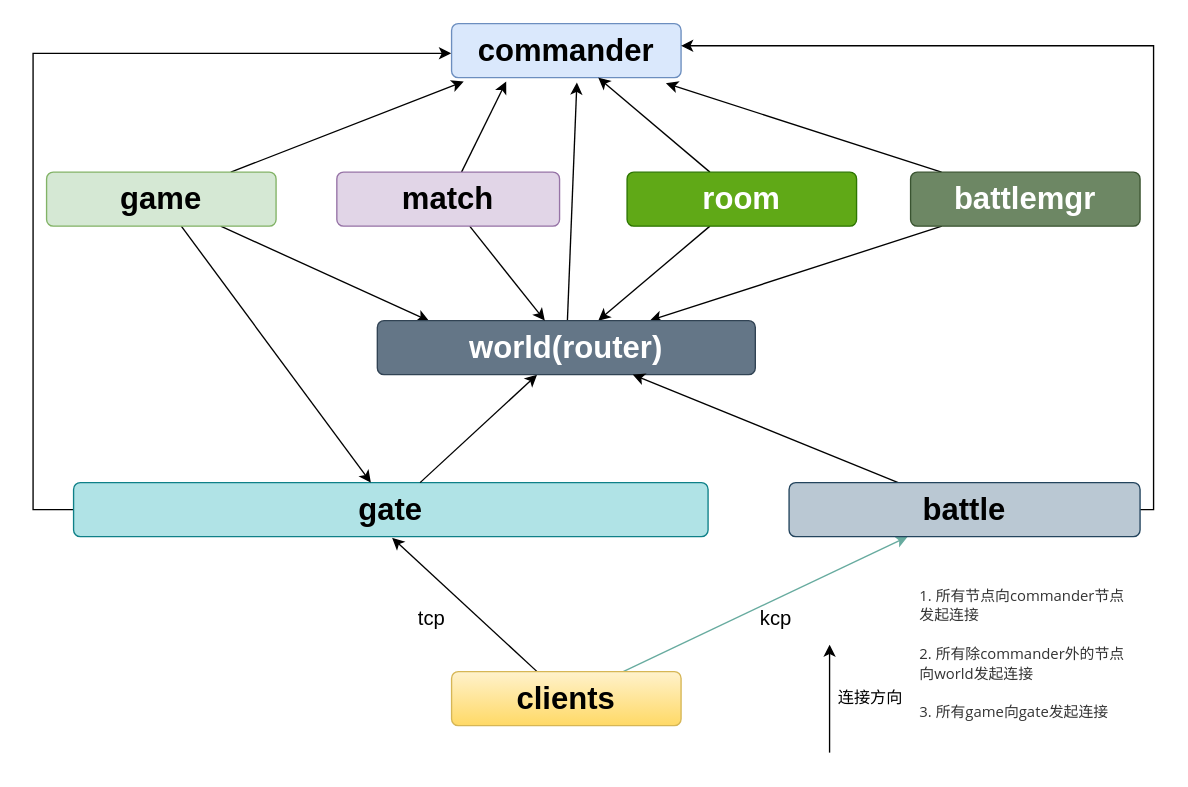
Before: Untitled Diagram.drawio in 13570248114/draw, a draw.io diagram. Source tidied: cells renumbered, new cells numbered last; positions are measured from the earlier drawing's top-left corner, leaving out a move shared by most shapes. Both pictures are drawn from the tidied source at 135%, with x=0, y=0 at pixel (32, 23).
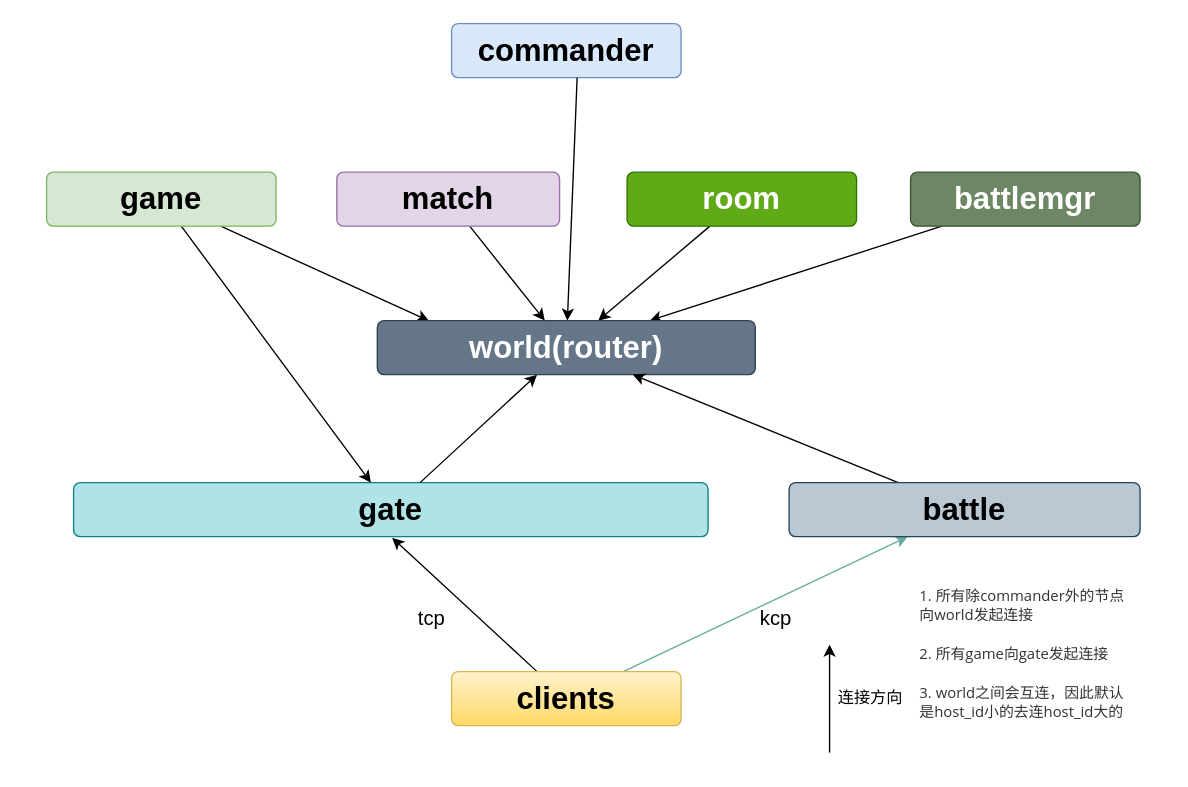
The same diagram, later.

The change refers to these unchanged cells:
```xml
<mxCell id="2" value="&lt;span style=&quot;font-size: 23px&quot;&gt;commander&lt;/span&gt;" style="html=1;shadow=0;dashed=0;shape=mxgraph.bootstrap.rrect;rSize=5;strokeWidth=1;whiteSpace=wrap;align=center;verticalAlign=middle;spacingLeft=0;fontStyle=1;fontSize=14;spacing=5;fillColor=#dae8fc;strokeColor=#6c8ebf;" parent="1" vertex="1">
  <mxGeometry x="310" width="170" height="40" as="geometry" />
</mxCell>
<mxCell id="4" value="&lt;span style=&quot;font-size: 23px&quot;&gt;gate&lt;/span&gt;" style="html=1;shadow=0;dashed=0;shape=mxgraph.bootstrap.rrect;rSize=5;strokeWidth=1;whiteSpace=wrap;align=center;verticalAlign=middle;spacingLeft=0;fontStyle=1;fontSize=14;spacing=5;fillColor=#b0e3e6;strokeColor=#0e8088;" parent="1" vertex="1">
  <mxGeometry x="30" y="340" width="470" height="40" as="geometry" />
</mxCell>
<mxCell id="7" value="&lt;span style=&quot;font-size: 23px&quot;&gt;room&lt;/span&gt;" style="html=1;shadow=0;dashed=0;shape=mxgraph.bootstrap.rrect;rSize=5;strokeWidth=1;whiteSpace=wrap;align=center;verticalAlign=middle;spacingLeft=0;fontStyle=1;fontSize=14;spacing=5;fillColor=#60a917;strokeColor=#2D7600;fontColor=#ffffff;" parent="1" vertex="1">
  <mxGeometry x="440" y="110" width="170" height="40" as="geometry" />
</mxCell>
<mxCell id="11" value="&lt;span style=&quot;font-size: 23px&quot;&gt;game&lt;/span&gt;" style="html=1;shadow=0;dashed=0;shape=mxgraph.bootstrap.rrect;rSize=5;strokeWidth=1;whiteSpace=wrap;align=center;verticalAlign=middle;spacingLeft=0;fontStyle=1;fontSize=14;spacing=5;fillColor=#d5e8d4;strokeColor=#82b366;" parent="1" vertex="1">
  <mxGeometry x="10" y="110" width="170" height="40" as="geometry" />
</mxCell>
<mxCell id="14" value="&lt;span style=&quot;font-size: 23px&quot;&gt;battlemgr&lt;/span&gt;" style="html=1;shadow=0;dashed=0;shape=mxgraph.bootstrap.rrect;rSize=5;strokeWidth=1;whiteSpace=wrap;align=center;verticalAlign=middle;spacingLeft=0;fontStyle=1;fontSize=14;spacing=5;fillColor=#6d8764;strokeColor=#3A5431;fontColor=#ffffff;" parent="1" vertex="1">
  <mxGeometry x="650" y="110" width="170" height="40" as="geometry" />
</mxCell>
<mxCell id="17" value="&lt;span style=&quot;font-size: 23px&quot;&gt;world(router)&lt;/span&gt;" style="html=1;shadow=0;dashed=0;shape=mxgraph.bootstrap.rrect;rSize=5;strokeWidth=1;whiteSpace=wrap;align=center;verticalAlign=middle;spacingLeft=0;fontStyle=1;fontSize=14;spacing=5;fillColor=#647687;strokeColor=#314354;fontColor=#ffffff;" parent="1" vertex="1">
  <mxGeometry x="255" y="220" width="280" height="40" as="geometry" />
</mxCell>
<mxCell id="23" value="&lt;span style=&quot;font-size: 23px&quot;&gt;battle&lt;/span&gt;" style="html=1;shadow=0;dashed=0;shape=mxgraph.bootstrap.rrect;rSize=5;strokeWidth=1;whiteSpace=wrap;align=center;verticalAlign=middle;spacingLeft=0;fontStyle=1;fontSize=14;spacing=5;fillColor=#bac8d3;strokeColor=#23445d;" parent="1" vertex="1">
  <mxGeometry x="560" y="340" width="260" height="40" as="geometry" />
</mxCell>
<mxCell id="26" value="&lt;span style=&quot;font-size: 23px&quot;&gt;match&lt;/span&gt;" style="html=1;shadow=0;dashed=0;shape=mxgraph.bootstrap.rrect;rSize=5;strokeWidth=1;whiteSpace=wrap;align=center;verticalAlign=middle;spacingLeft=0;fontStyle=1;fontSize=14;spacing=5;fillColor=#e1d5e7;strokeColor=#9673a6;" parent="1" vertex="1">
  <mxGeometry x="225" y="110" width="165" height="40" as="geometry" />
</mxCell>
```

Change to the diagram source:
```diff
@@
-    <mxCell id="3" style="edgeStyle=orthogonalEdgeStyle;rounded=0;jettySize=auto;html=1;entryX=-0.002;entryY=0.55;entryDx=0;entryDy=0;entryPerimeter=0;startArrow=none;startFill=0;endArrow=classic;endFill=1;" parent="1" edge="1" source="4" target="2">
-      <mxGeometry relative="1" as="geometry">
-        <Array as="points">
-          <mxPoint y="360" />
-          <mxPoint y="22" />
-        </Array>
-      </mxGeometry>
-    </mxCell>
@@
-    <mxCell id="6" style="edgeStyle=none;rounded=0;jettySize=auto;html=1;startArrow=none;startFill=0;endArrow=classic;endFill=1;strokeColor=#000000;strokeWidth=1;" parent="1" edge="1" source="7" target="2">
-      <mxGeometry relative="1" as="geometry" />
-    </mxCell>
@@
-    <mxCell id="9" style="edgeStyle=none;rounded=0;jettySize=auto;html=1;entryX=0.053;entryY=1.073;entryDx=0;entryDy=0;entryPerimeter=0;startArrow=none;startFill=0;endArrow=classic;endFill=1;strokeColor=#000000;strokeWidth=1;" parent="1" edge="1" source="11" target="2">
-      <mxGeometry relative="1" as="geometry" />
-    </mxCell>
@@
-    <mxCell id="13" style="edgeStyle=none;rounded=0;jettySize=auto;html=1;entryX=0.934;entryY=1.105;entryDx=0;entryDy=0;entryPerimeter=0;startArrow=none;startFill=0;endArrow=classic;endFill=1;strokeColor=#000000;strokeWidth=1;" parent="1" edge="1" source="14" target="2">
-      <mxGeometry relative="1" as="geometry" />
-    </mxCell>
@@
-    <mxCell id="16" style="edgeStyle=none;rounded=0;jettySize=auto;html=1;entryX=0.546;entryY=1.089;entryDx=0;entryDy=0;entryPerimeter=0;startArrow=none;startFill=0;endArrow=classic;endFill=1;strokeColor=#000000;strokeWidth=1;" parent="1" edge="1" source="17" target="2">
-      <mxGeometry relative="1" as="geometry" />
+    <mxCell id="16" style="edgeStyle=none;rounded=0;jettySize=auto;html=1;startArrow=classic;startFill=1;endArrow=none;endFill=0;strokeColor=#000000;strokeWidth=1;" parent="1" edge="1" source="17">
+      <mxGeometry relative="1" as="geometry">
+        <mxPoint x="403" y="40" as="targetPoint" />
+      </mxGeometry>
     </mxCell>
@@
-    <mxCell id="22" style="edgeStyle=orthogonalEdgeStyle;rounded=0;jettySize=auto;html=1;entryX=1;entryY=0.41;entryDx=0;entryDy=0;entryPerimeter=0;startArrow=none;startFill=0;endArrow=classic;endFill=1;" parent="1" edge="1" source="23" target="2">
-      <mxGeometry relative="1" as="geometry">
-        <Array as="points">
-          <mxPoint x="830" y="360" />
-          <mxPoint x="830" y="16" />
-        </Array>
-      </mxGeometry>
-    </mxCell>
@@
-    <mxCell id="25" style="edgeStyle=none;rounded=0;jettySize=auto;html=1;entryX=0.238;entryY=1.073;entryDx=0;entryDy=0;entryPerimeter=0;startArrow=none;startFill=0;endArrow=classic;endFill=1;strokeColor=#000000;strokeWidth=1;" parent="1" edge="1" source="26" target="2">
-      <mxGeometry relative="1" as="geometry" />
-    </mxCell>
@@
-    <mxCell id="31" value="&lt;span style=&quot;color: rgb(51 , 51 , 51) ; font-family: &amp;#34;open sans&amp;#34; , &amp;#34;clear sans&amp;#34; , &amp;#34;helvetica neue&amp;#34; , &amp;#34;helvetica&amp;#34; , &amp;#34;arial&amp;#34; , sans-serif ; font-size: 11px ; font-style: normal ; font-weight: 400 ; letter-spacing: normal ; text-align: left ; text-indent: 0px ; text-transform: none ; word-spacing: 0px ; background-color: rgb(255 , 255 , 255) ; display: inline ; float: none&quot;&gt;1. 所有节点向commander节点发起连接&lt;br&gt;&lt;br&gt;2. 所有&lt;span style=&quot;font-family: &amp;#34;open sans&amp;#34; , &amp;#34;clear sans&amp;#34; , &amp;#34;helvetica neue&amp;#34; , &amp;#34;helvetica&amp;#34; , &amp;#34;arial&amp;#34; , sans-serif&quot;&gt;除&lt;/span&gt;&lt;span style=&quot;font-family: &amp;#34;open sans&amp;#34; , &amp;#34;clear sans&amp;#34; , &amp;#34;helvetica neue&amp;#34; , &amp;#34;helvetica&amp;#34; , &amp;#34;arial&amp;#34; , sans-serif&quot;&gt;commander外的节点向world发起连接&lt;br&gt;&lt;br&gt;&lt;/span&gt;3. 所有game向gate发起连接&lt;br&gt;&lt;/span&gt;" style="text;whiteSpace=wrap;html=1;" parent="1" vertex="1">
-      <mxGeometry x="655" y="410" width="160" height="110" as="geometry" />
+    <mxCell id="31" value="&lt;span style=&quot;color: rgb(51 , 51 , 51) ; font-family: &amp;#34;open sans&amp;#34; , &amp;#34;clear sans&amp;#34; , &amp;#34;helvetica neue&amp;#34; , &amp;#34;helvetica&amp;#34; , &amp;#34;arial&amp;#34; , sans-serif ; font-size: 11px ; font-style: normal ; font-weight: 400 ; letter-spacing: normal ; text-align: left ; text-indent: 0px ; text-transform: none ; word-spacing: 0px ; background-color: rgb(255 , 255 , 255) ; display: inline ; float: none&quot;&gt;1. 所有&lt;span style=&quot;font-family: &amp;#34;open sans&amp;#34; , &amp;#34;clear sans&amp;#34; , &amp;#34;helvetica neue&amp;#34; , &amp;#34;helvetica&amp;#34; , &amp;#34;arial&amp;#34; , sans-serif&quot;&gt;除&lt;/span&gt;&lt;span style=&quot;font-family: &amp;#34;open sans&amp;#34; , &amp;#34;clear sans&amp;#34; , &amp;#34;helvetica neue&amp;#34; , &amp;#34;helvetica&amp;#34; , &amp;#34;arial&amp;#34; , sans-serif&quot;&gt;commander外的节点向world发起连接&lt;br&gt;&lt;br&gt;&lt;/span&gt;2. 所有game向gate发起连接&lt;br&gt;&lt;br&gt;3. world之间会互连，因此默认是host_id小的去连host_id大的&lt;br&gt;&lt;/span&gt;" style="text;whiteSpace=wrap;html=1;" parent="1" vertex="1">
+      <mxGeometry x="655" y="410" width="160" height="130" as="geometry" />
     </mxCell>
```
